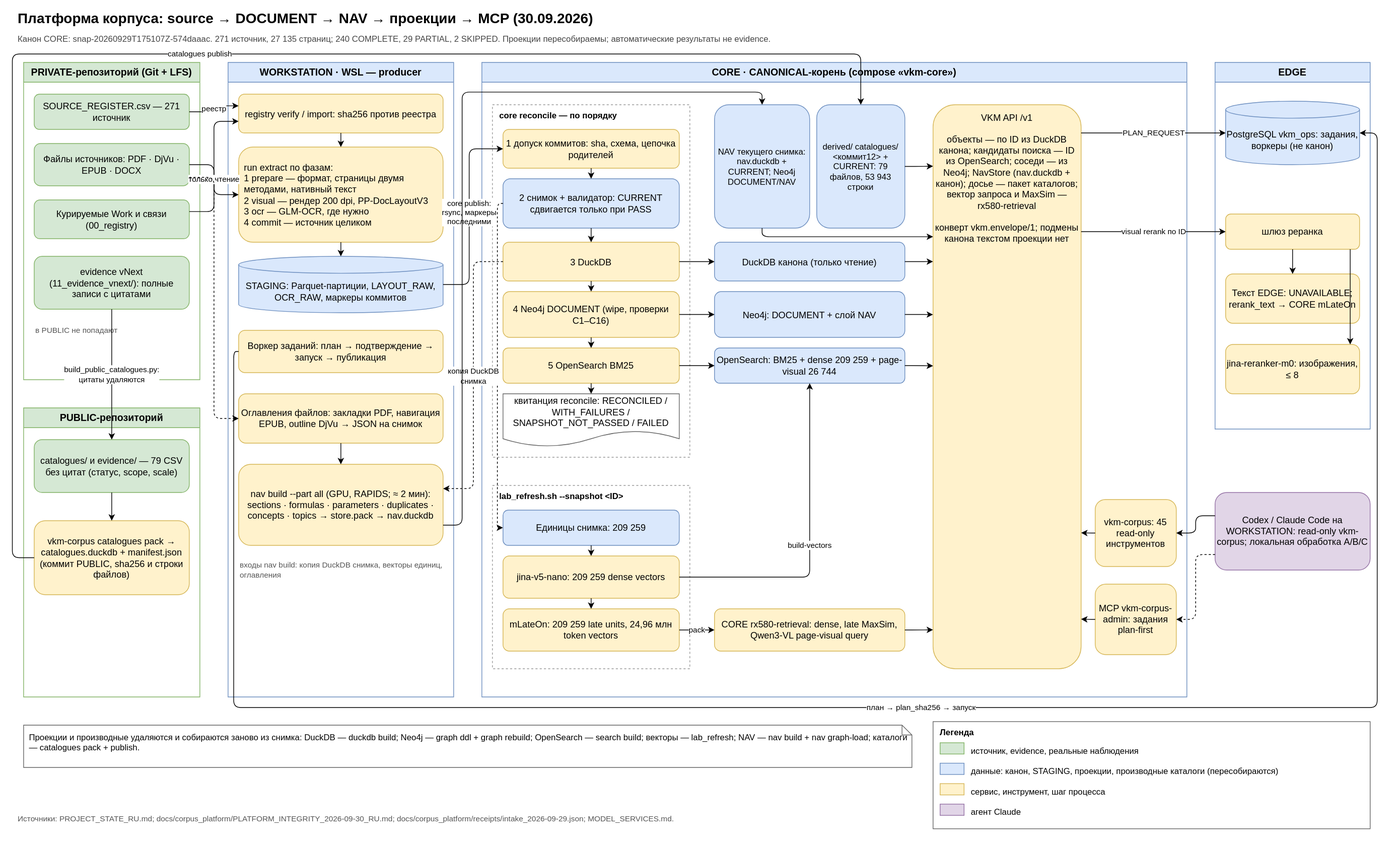
The draw.io diagram docs/diagrams/platform_data_flow.svg in SUKUNA-AI/vkm-subsidence-forecasting, before a commit. Source tidied: cells renumbered, new cells last; positions are measured from the earlier drawing's top-left corner, leaving out a move shared by most shapes.
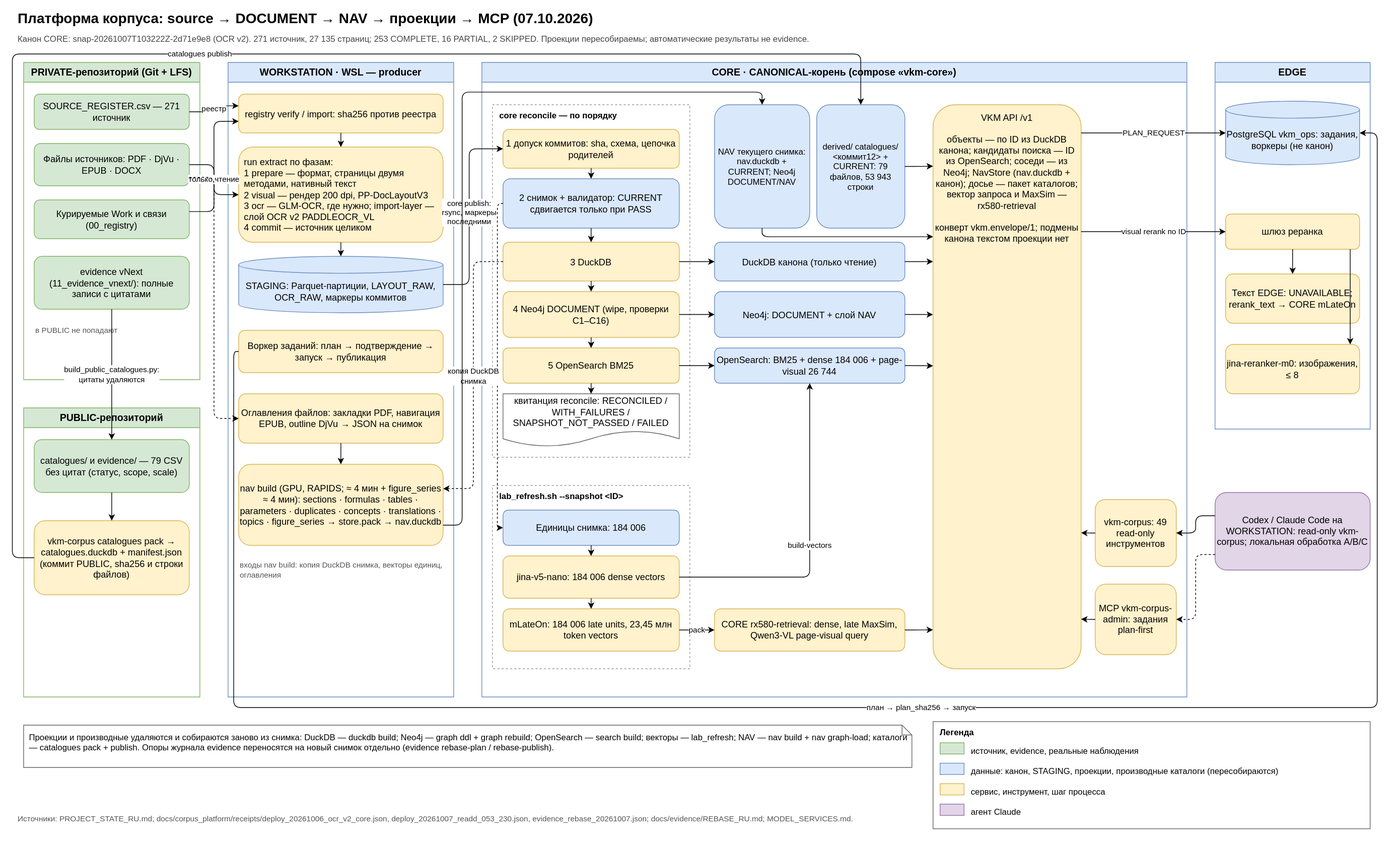
Above is the later version.

The edit, as a diff of the source:
```diff
@@ -2,10 +2,10 @@
   <root>
     <mxCell id="0" />
     <mxCell id="1" parent="0" />
-    <mxCell id="2" value="Платформа корпуса: source → DOCUMENT → NAV → проекции → MCP (30.09.2026)" style="text;align=left;fontSize=20;fontStyle=1;html=1;verticalAlign=middle;whiteSpace=wrap;" parent="1" vertex="1">
+    <mxCell id="2" value="Платформа корпуса: source → DOCUMENT → NAV → проекции → MCP (07.10.2026)" style="text;align=left;fontSize=20;fontStyle=1;html=1;verticalAlign=middle;whiteSpace=wrap;" parent="1" vertex="1">
       <mxGeometry x="6" width="1920" height="30" as="geometry" />
     </mxCell>
-    <mxCell id="3" value="Канон CORE: snap-20260929T175107Z-574daaac. 271 источник, 27 135 страниц; 240 COMPLETE, 29 PARTIAL, 2 SKIPPED. Проекции пересобираемы; автоматические результаты не evidence." style="text;align=left;fontColor=#444444;fontSize=12;html=1;verticalAlign=middle;whiteSpace=wrap;" parent="1" vertex="1">
+    <mxCell id="3" value="Канон CORE: snap-20261007T103222Z-2d71e9e8 (OCR v2). 271 источник, 27 135 страниц; 253 COMPLETE, 16 PARTIAL, 2 SKIPPED. Проекции пересобираемы; автоматические результаты не evidence." style="text;align=left;fontColor=#444444;fontSize=12;html=1;verticalAlign=middle;whiteSpace=wrap;" parent="1" vertex="1">
       <mxGeometry x="6" y="32" width="1920" height="25" as="geometry" />
     </mxCell>
     <mxCell id="4" value="PRIVATE-репозиторий (Git + LFS)" style="swimlane;fillColor=#d5e8d4;fontSize=14;fontStyle=1;html=1;rounded=0;startSize=28;strokeColor=#82b366;swimlaneFillColor=#ffffff;whiteSpace=wrap;" parent="1" vertex="1">
@@ -41,7 +41,7 @@
     <mxCell id="14" value="registry verify / import: sha256 против реестра" style="fillColor=#fff2cc;fontSize=13;html=1;rounded=1;strokeColor=#d6b656;whiteSpace=wrap;" parent="13" vertex="1">
       <mxGeometry x="15" y="45" width="290" height="55" as="geometry" />
     </mxCell>
-    <mxCell id="15" value="run extract по фазам:&lt;br&gt;1 prepare — формат, страницы двумя методами, нативный текст&lt;br&gt;2 visual — рендер 200 dpi, PP-DocLayoutV3&lt;br&gt;3 ocr — GLM-OCR, где нужно&lt;br&gt;4 commit — источник целиком" style="align=left;fillColor=#fff2cc;fontSize=13;html=1;rounded=1;spacingLeft=6;spacingRight=4;strokeColor=#d6b656;whiteSpace=wrap;" parent="13" vertex="1">
+    <mxCell id="15" value="run extract по фазам:&lt;br&gt;1 prepare — формат, страницы двумя методами, нативный текст&lt;br&gt;2 visual — рендер 200 dpi, PP-DocLayoutV3&lt;br&gt;3 ocr — GLM-OCR, где нужно; import-layer — слой OCR v2 PADDLEOCR_VL&lt;br&gt;4 commit — источник целиком" style="align=left;fillColor=#fff2cc;fontSize=13;html=1;rounded=1;spacingLeft=6;spacingRight=4;strokeColor=#d6b656;whiteSpace=wrap;" parent="13" vertex="1">
       <mxGeometry x="15" y="120" width="290" height="135" as="geometry" />
     </mxCell>
     <mxCell id="16" value="STAGING: Parquet-партиции, LAYOUT_RAW, OCR_RAW, маркеры коммитов" style="backgroundOutline=1;boundedLbl=1;fillColor=#dae8fc;fontSize=13;html=1;shape=cylinder3;size=12;strokeColor=#6c8ebf;whiteSpace=wrap;" parent="13" vertex="1">
@@ -53,7 +53,7 @@
     <mxCell id="18" value="Оглавления файлов: закладки PDF, навигация EPUB, outline DjVu → JSON на снимок" style="fillColor=#fff2cc;fontSize=13;html=1;rounded=1;strokeColor=#d6b656;whiteSpace=wrap;" parent="13" vertex="1">
       <mxGeometry x="15" y="470" width="290" height="70" as="geometry" />
     </mxCell>
-    <mxCell id="19" value="nav build --part all (GPU, RAPIDS; ≈ 2 мин): sections · formulas · parameters · duplicates · concepts · topics → store.pack → nav.duckdb" style="fillColor=#fff2cc;fontSize=13;html=1;rounded=1;strokeColor=#d6b656;whiteSpace=wrap;" parent="13" vertex="1">
+    <mxCell id="19" value="nav build (GPU, RAPIDS; ≈ 4 мин + figure_series ≈ 4 мин): sections · formulas · tables · parameters · duplicates · concepts · translations · topics · figure_series → store.pack → nav.duckdb" style="fillColor=#fff2cc;fontSize=13;html=1;rounded=1;strokeColor=#d6b656;whiteSpace=wrap;" parent="13" vertex="1">
       <mxGeometry x="15" y="570" width="290" height="115" as="geometry" />
     </mxCell>
     <mxCell id="20" value="входы nav build: копия DuckDB снимка, векторы единиц, оглавления" style="text;align=left;fontColor=#555555;fontSize=11;html=1;verticalAlign=middle;whiteSpace=wrap;" parent="13" vertex="1">
@@ -86,13 +86,13 @@
     <mxCell id="29" value="lab_refresh.sh --snapshot &amp;lt;ID&amp;gt;" style="align=left;dashed=1;fillColor=none;fontSize=12;fontStyle=1;html=1;rounded=0;spacingLeft=8;spacingTop=2;strokeColor=#999999;verticalAlign=top;whiteSpace=wrap;" parent="21" vertex="1">
       <mxGeometry x="15" y="600" width="280" height="260" as="geometry" />
     </mxCell>
-    <mxCell id="30" value="Единицы снимка: 209 259" style="fillColor=#dae8fc;fontSize=13;html=1;rounded=1;strokeColor=#6c8ebf;whiteSpace=wrap;" parent="29" vertex="1">
+    <mxCell id="30" value="Единицы снимка: 184 006" style="fillColor=#dae8fc;fontSize=13;html=1;rounded=1;strokeColor=#6c8ebf;whiteSpace=wrap;" parent="29" vertex="1">
       <mxGeometry x="15" y="35" width="250" height="50" as="geometry" />
     </mxCell>
-    <mxCell id="31" value="jina-v5-nano: 209 259 dense vectors" style="fillColor=#fff2cc;fontSize=13;html=1;rounded=1;strokeColor=#d6b656;whiteSpace=wrap;" parent="29" vertex="1">
+    <mxCell id="31" value="jina-v5-nano: 184 006 dense vectors" style="fillColor=#fff2cc;fontSize=13;html=1;rounded=1;strokeColor=#d6b656;whiteSpace=wrap;" parent="29" vertex="1">
       <mxGeometry x="15" y="100" width="250" height="60" as="geometry" />
     </mxCell>
-    <mxCell id="32" value="mLateOn: 209 259 late units, 24,96 млн token vectors" style="fillColor=#fff2cc;fontSize=13;html=1;rounded=1;strokeColor=#d6b656;whiteSpace=wrap;" parent="29" vertex="1">
+    <mxCell id="32" value="mLateOn: 184 006 late units, 23,45 млн token vectors" style="fillColor=#fff2cc;fontSize=13;html=1;rounded=1;strokeColor=#d6b656;whiteSpace=wrap;" parent="29" vertex="1">
       <mxGeometry x="15" y="175" width="250" height="60" as="geometry" />
     </mxCell>
     <mxCell id="33" value="NAV текущего снимка: nav.duckdb + CURRENT; Neo4j DOCUMENT/NAV" style="fillColor=#dae8fc;fontSize=12;html=1;rounded=1;strokeColor=#6c8ebf;whiteSpace=wrap;" parent="21" vertex="1">
@@ -107,7 +107,7 @@
     <mxCell id="36" value="Neo4j: DOCUMENT + слой NAV" style="fillColor=#dae8fc;fontSize=13;html=1;rounded=1;strokeColor=#6c8ebf;whiteSpace=wrap;" parent="21" vertex="1">
       <mxGeometry x="330" y="325" width="270" height="65" as="geometry" />
     </mxCell>
-    <mxCell id="37" value="OpenSearch: BM25 + dense 209 259 + page-visual 26 744" style="fillColor=#dae8fc;fontSize=13;html=1;rounded=1;strokeColor=#6c8ebf;whiteSpace=wrap;" parent="21" vertex="1">
+    <mxCell id="37" value="OpenSearch: BM25 + dense 184 006 + page-visual 26 744" style="fillColor=#dae8fc;fontSize=13;html=1;rounded=1;strokeColor=#6c8ebf;whiteSpace=wrap;" parent="21" vertex="1">
       <mxGeometry x="330" y="405" width="270" height="50" as="geometry" />
     </mxCell>
     <mxCell id="38" value="CORE rx580-retrieval: dense, late MaxSim, Qwen3-VL page-visual query" style="fillColor=#fff2cc;fontSize=13;html=1;rounded=1;strokeColor=#d6b656;whiteSpace=wrap;" parent="21" vertex="1">
@@ -116,7 +116,7 @@
     <mxCell id="39" value="VKM API /v1&lt;br&gt;&lt;br&gt;объекты — по ID из DuckDB канона; кандидаты поиска — ID из OpenSearch; соседи — из Neo4j; NavStore (nav.duckdb + канон); досье — пакет каталогов; вектор запроса и MaxSim — rx580-retrieval&lt;br&gt;&lt;br&gt;конверт vkm.envelope/1; подмены канона текстом проекции нет" style="fillColor=#fff2cc;fontSize=13;html=1;rounded=1;spacingTop=4;strokeColor=#d6b656;verticalAlign=top;whiteSpace=wrap;" parent="21" vertex="1">
       <mxGeometry x="640" y="60" width="210" height="800" as="geometry" />
     </mxCell>
-    <mxCell id="40" value="vkm-corpus: 45 read-only инструментов" style="fillColor=#fff2cc;fontSize=13;html=1;rounded=1;strokeColor=#d6b656;whiteSpace=wrap;" parent="21" vertex="1">
+    <mxCell id="40" value="vkm-corpus: 49 read-only инструментов" style="fillColor=#fff2cc;fontSize=13;html=1;rounded=1;strokeColor=#d6b656;whiteSpace=wrap;" parent="21" vertex="1">
       <mxGeometry x="870" y="620" width="115" height="95" as="geometry" />
     </mxCell>
     <mxCell id="41" value="MCP vkm-corpus-admin: задания plan-first" style="fillColor=#fff2cc;fontSize=13;html=1;rounded=1;strokeColor=#d6b656;whiteSpace=wrap;" parent="21" vertex="1">
@@ -140,7 +140,7 @@
     <mxCell id="47" value="Codex / Claude Code на WORKSTATION: read-only vkm-corpus; локальная обработка A/B/C" style="fillColor=#e1d5e7;fontSize=13;html=1;rounded=1;strokeColor=#9673a6;whiteSpace=wrap;" parent="1" vertex="1">
       <mxGeometry x="1706" y="688" width="220" height="110" as="geometry" />
     </mxCell>
-    <mxCell id="48" value="Проекции и производные удаляются и собираются заново из снимка: DuckDB — duckdb build; Neo4j — graph ddl + graph rebuild; OpenSearch — search build; векторы — lab_refresh; NAV — nav build + nav graph-load; каталоги — catalogues pack + publish." style="align=left;backgroundOutline=1;fillColor=#ffffff;fontSize=12;html=1;shape=note;size=14;spacingLeft=6;spacingTop=4;strokeColor=#666666;verticalAlign=top;whiteSpace=wrap;" parent="1" vertex="1">
+    <mxCell id="48" value="Проекции и производные удаляются и собираются заново из снимка: DuckDB — duckdb build; Neo4j — graph ddl + graph rebuild; OpenSearch — search build; векторы — lab_refresh; NAV — nav build + nav graph-load; каталоги — catalogues pack + publish. Опоры журнала evidence переносятся на новый снимок отдельно (evidence rebase-plan / rebase-publish)." style="align=left;backgroundOutline=1;fillColor=#ffffff;fontSize=12;html=1;shape=note;size=14;spacingLeft=6;spacingTop=4;strokeColor=#666666;verticalAlign=top;whiteSpace=wrap;" parent="1" vertex="1">
       <mxGeometry x="16" y="1018" width="1260" height="60" as="geometry" />
     </mxCell>
     <mxCell id="49" value="Легенда" style="align=left;dashed=0;fillColor=#ffffff;fontSize=12;fontStyle=1;html=1;rounded=0;spacingLeft=8;spacingTop=2;strokeColor=#666666;verticalAlign=top;whiteSpace=wrap;" parent="1" vertex="1">
@@ -170,7 +170,7 @@
     <mxCell id="57" value="агент Claude" style="text;align=left;fontSize=12;html=1;verticalAlign=top;whiteSpace=wrap;" parent="49" vertex="1">
       <mxGeometry x="52" y="115" width="560" height="25" as="geometry" />
     </mxCell>
-    <mxCell id="58" value="Источники: PROJECT_STATE_RU.md; docs/corpus_platform/PLATFORM_INTEGRITY_2026-09-30_RU.md; docs/corpus_platform/receipts/intake_2026-09-29.json; MODEL_SERVICES.md." style="text;align=left;fontColor=#555555;fontSize=11;html=1;verticalAlign=middle;whiteSpace=wrap;" parent="1" vertex="1">
+    <mxCell id="58" value="Источники: PROJECT_STATE_RU.md; docs/corpus_platform/receipts/deploy_20261006_ocr_v2_core.json, deploy_20261007_readd_053_230.json, evidence_rebase_20261007.json; docs/evidence/REBASE_RU.md; MODEL_SERVICES.md." style="text;align=left;fontColor=#555555;fontSize=11;html=1;verticalAlign=middle;whiteSpace=wrap;" parent="1" vertex="1">
       <mxGeometry x="6" y="1138" width="1920" height="25" as="geometry" />
     </mxCell>
     <mxCell id="59" value="реестр" style="edgeStyle=orthogonalEdgeStyle;endArrow=classic;entryDx=0;entryDy=0;entryX=0;entryY=0.3;exitDx=0;exitDy=0;exitX=1;exitY=0.5;fontSize=11;html=1;labelBackgroundColor=#ffffff;rounded=1;" parent="1" edge="1" source="5" target="14">
```
